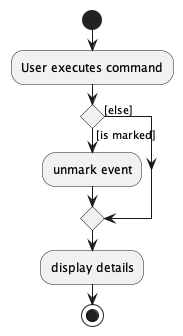
Earlier version of the PlantUML export docs/images/UnmarkActivityDiagram.png (nus-cs2103-AY2223S2/tp).
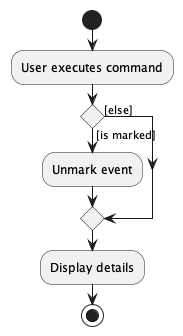
Later version of the same file.

Commit message:
Fix Capitalisation error

What changed in the source:
```diff
@@ -3,9 +3,9 @@
 :User executes command;
 
 if () then ([is marked])
-    :unmark event;
+    :Unmark event;
 else ([else])
 endif
-:display details;
+:Display details;
 stop
 @enduml
```
